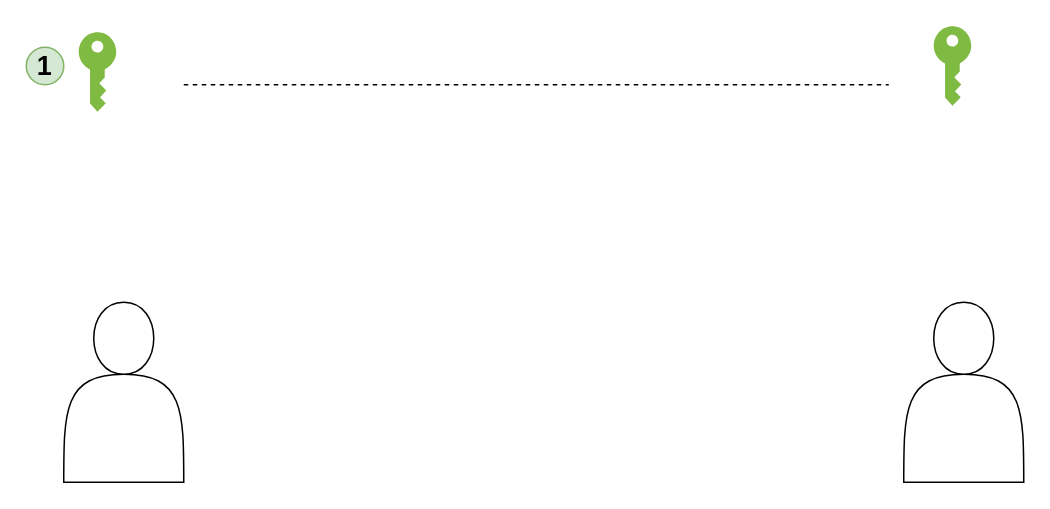
The draw.io diagram page "Data Integrity" (2 of 2) of SSL-TLS.drawio in eha1661/draw.io, before the edit. Source tidied: cells renumbered, new cells numbered last; positions are measured from the earlier drawing's top-left corner, leaving out a move shared by most shapes. Both pictures are drawn from the tidied source at 150%, with x=0, y=0 at pixel (26, 26).
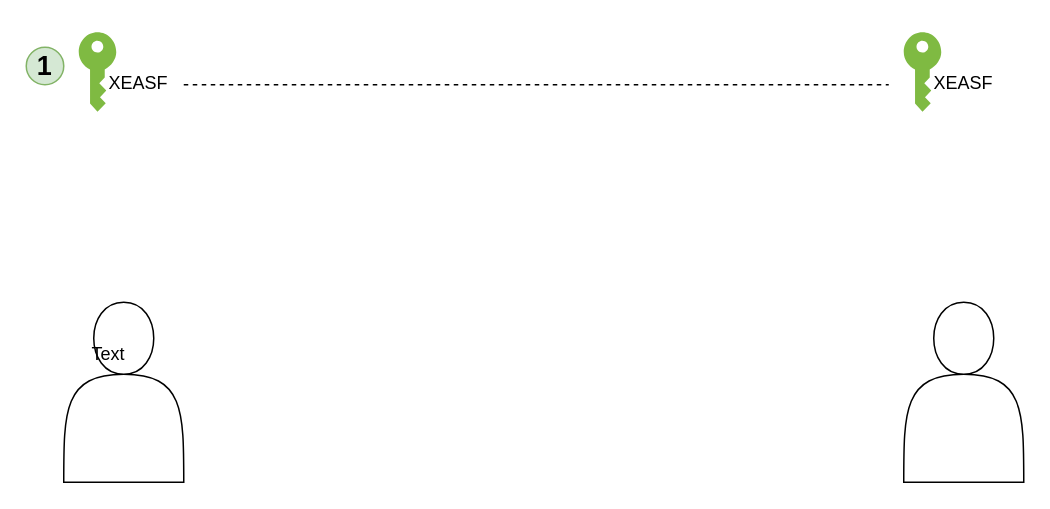
The same diagram, later.

Commit message (it also covers changes not shown here):
Mettre à jour SSL-TLS.drawio

The edit, as a diff of the source:
```diff
@@
 <mxGraphModel>
   <root>
     <mxCell id="0" />
     <mxCell id="1" parent="0" />
-    <mxCell id="2" style="sketch=0;shadow=0;dashed=0;html=1;strokeColor=none;labelPosition=center;verticalLabelPosition=bottom;verticalAlign=top;align=center;shape=mxgraph.office.security.key_permissions;fillColor=#7FBA42;" parent="1" vertex="1">
-      <mxGeometry x="605" width="25" height="53" as="geometry" />
-    </mxCell>
     <mxCell id="3" style="shape=actor;whiteSpace=wrap;html=1;" parent="1" vertex="1">
       <mxGeometry x="25" y="184" width="80" height="120" as="geometry" />
     </mxCell>
     <mxCell id="4" value="&lt;font style=&quot;font-size: 18px;&quot;&gt;&lt;b style=&quot;&quot;&gt;1&lt;/b&gt;&lt;/font&gt;" style="ellipse;whiteSpace=wrap;html=1;fillColor=#d5e8d4;strokeColor=#82b366;" parent="1" vertex="1">
       <mxGeometry y="14" width="25" height="25" as="geometry" />
     </mxCell>
     <mxCell id="5" style="shape=actor;whiteSpace=wrap;html=1;" parent="1" vertex="1">
       <mxGeometry x="585" y="184" width="80" height="120" as="geometry" />
     </mxCell>
     <mxCell id="6" style="sketch=0;shadow=0;dashed=0;html=1;strokeColor=none;labelPosition=center;verticalLabelPosition=bottom;verticalAlign=top;align=center;shape=mxgraph.office.security.key_permissions;fillColor=#7FBA42;" parent="1" vertex="1">
       <mxGeometry x="35" y="4" width="25" height="53" as="geometry" />
     </mxCell>
     <mxCell id="7" style="endArrow=none;dashed=1;html=1;rounded=0;" parent="1" edge="1">
       <mxGeometry relative="1" as="geometry">
         <mxPoint x="105" y="39" as="sourcePoint" />
         <mxPoint x="575" y="39" as="targetPoint" />
       </mxGeometry>
     </mxCell>
+    <mxCell id="8" value="Text" style="text;html=1;strokeColor=none;fillColor=none;align=center;verticalAlign=middle;whiteSpace=wrap;rounded=0;" parent="1" vertex="1">
+      <mxGeometry x="25" y="204" width="60" height="30" as="geometry" />
+    </mxCell>
+    <mxCell id="9" value="XEASF" style="text;html=1;strokeColor=none;fillColor=none;align=center;verticalAlign=middle;whiteSpace=wrap;rounded=0;" parent="1" vertex="1">
+      <mxGeometry x="45" y="23" width="60" height="30" as="geometry" />
+    </mxCell>
+    <mxCell id="10" style="sketch=0;shadow=0;dashed=0;html=1;strokeColor=none;labelPosition=center;verticalLabelPosition=bottom;verticalAlign=top;align=center;shape=mxgraph.office.security.key_permissions;fillColor=#7FBA42;" parent="1" vertex="1">
+      <mxGeometry x="585" y="4" width="25" height="53" as="geometry" />
+    </mxCell>
+    <mxCell id="11" value="XEASF" style="text;html=1;strokeColor=none;fillColor=none;align=center;verticalAlign=middle;whiteSpace=wrap;rounded=0;" parent="1" vertex="1">
+      <mxGeometry x="595" y="23" width="60" height="30" as="geometry" />
+    </mxCell>
   </root>
 </mxGraphModel>
```
